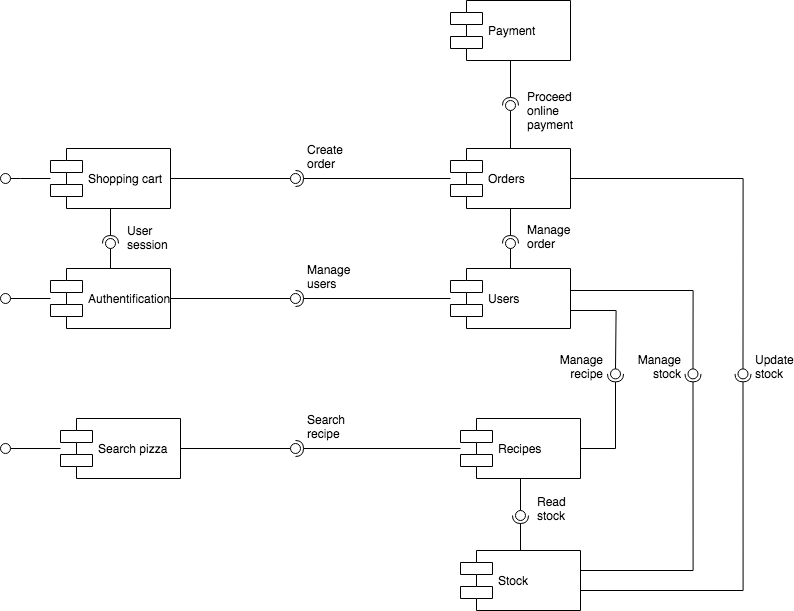
Before: Diagrams/Component Diagram.png, a diagram exported from draw.io (GuillaumeOj/DesignTechnicalSolution). Source tidied: cells renumbered, new cells last; positions are measured from the earlier drawing's top-left corner, leaving out a move shared by most shapes. Source of this version:
```xml
<mxGraphModel>
  <root>
    <mxCell id="0" />
    <mxCell id="1" parent="0" />
    <mxCell id="2" value="Stock" style="shape=component;align=left;spacingLeft=36;" parent="1" vertex="1">
      <mxGeometry x="460" y="550" width="120" height="60" as="geometry" />
    </mxCell>
    <mxCell id="3" value="Search pizza" style="shape=component;align=left;spacingLeft=36;" parent="1" vertex="1">
      <mxGeometry x="60" y="418" width="120" height="60" as="geometry" />
    </mxCell>
    <mxCell id="4" value="Authentification" style="shape=component;align=left;spacingLeft=36;shadow=0;" parent="1" vertex="1">
      <mxGeometry x="50" y="268" width="120" height="60" as="geometry" />
    </mxCell>
    <mxCell id="5" value="Shopping cart" style="shape=component;align=left;spacingLeft=36;" parent="1" vertex="1">
      <mxGeometry x="50" y="148" width="120" height="60" as="geometry" />
    </mxCell>
    <mxCell id="6" value="Orders" style="shape=component;align=left;spacingLeft=36;" parent="1" vertex="1">
      <mxGeometry x="450" y="148" width="120" height="60" as="geometry" />
    </mxCell>
    <mxCell id="7" value="Users" style="shape=component;align=left;spacingLeft=36;" parent="1" vertex="1">
      <mxGeometry x="450" y="268" width="120" height="60" as="geometry" />
    </mxCell>
    <mxCell id="8" value="Recipes" style="shape=component;align=left;spacingLeft=36;" parent="1" vertex="1">
      <mxGeometry x="460" y="418" width="120" height="60" as="geometry" />
    </mxCell>
    <mxCell id="9" value="Payment" style="shape=component;align=left;spacingLeft=36;" parent="1" vertex="1">
      <mxGeometry x="450" width="120" height="60" as="geometry" />
    </mxCell>
    <mxCell id="10" style="rounded=0;jettySize=auto;html=1;endArrow=none;endFill=0;" parent="1" edge="1" source="4" target="11">
      <mxGeometry relative="1" as="geometry" />
    </mxCell>
    <mxCell id="11" style="ellipse;whiteSpace=wrap;html=1;fontFamily=Helvetica;fontSize=12;fontColor=#000000;align=center;strokeColor=#000000;fillColor=#ffffff;points=[];shadow=0;" parent="1" vertex="1">
      <mxGeometry y="293" width="10" height="10" as="geometry" />
    </mxCell>
    <mxCell id="12" style="rounded=0;jettySize=auto;html=1;endArrow=none;endFill=0;" parent="1" edge="1" source="5" target="13">
      <mxGeometry relative="1" as="geometry">
        <Array as="points">
          <mxPoint x="20" y="178" />
        </Array>
      </mxGeometry>
    </mxCell>
    <mxCell id="13" style="ellipse;whiteSpace=wrap;html=1;fontFamily=Helvetica;fontSize=12;fontColor=#000000;align=center;strokeColor=#000000;fillColor=#ffffff;points=[];shadow=0;" parent="1" vertex="1">
      <mxGeometry y="173" width="10" height="10" as="geometry" />
    </mxCell>
    <mxCell id="14" style="rounded=0;jettySize=auto;html=1;endArrow=none;endFill=0;" parent="1" edge="1" source="4" target="16">
      <mxGeometry relative="1" as="geometry" />
    </mxCell>
    <mxCell id="15" style="rounded=0;jettySize=auto;html=1;endArrow=halfCircle;endFill=0;entryX=0.5;entryY=0.5;entryDx=0;entryDy=0;endSize=6;strokeWidth=1;" parent="1" edge="1" source="5" target="16">
      <mxGeometry relative="1" as="geometry" />
    </mxCell>
    <mxCell id="16" value="User session" style="ellipse;whiteSpace=wrap;html=1;fontFamily=Helvetica;fontSize=12;fontColor=#000000;align=left;strokeColor=#000000;fillColor=#ffffff;points=[];shadow=0;movableLabel=1;verticalAlign=bottom;" parent="1" vertex="1">
      <mxGeometry x="105" y="238" width="10" height="10" as="geometry">
        <mxPoint x="20" y="6" as="offset" />
      </mxGeometry>
    </mxCell>
    <mxCell id="17" style="rounded=0;jettySize=auto;html=1;endArrow=none;endFill=0;" parent="1" edge="1" source="5" target="19">
      <mxGeometry relative="1" as="geometry" />
    </mxCell>
    <mxCell id="18" style="rounded=0;jettySize=auto;html=1;endArrow=halfCircle;endFill=0;entryX=0.5;entryY=0.5;entryDx=0;entryDy=0;endSize=6;strokeWidth=1;" parent="1" edge="1" source="6" target="19">
      <mxGeometry relative="1" as="geometry" />
    </mxCell>
    <mxCell id="19" value="&lt;span style=&quot;font-weight: normal&quot;&gt;Create order&lt;/span&gt;" style="ellipse;whiteSpace=wrap;html=1;fontFamily=Helvetica;fontSize=12;fontColor=#000000;align=left;strokeColor=#000000;fillColor=#ffffff;points=[];shadow=0;noLabel=0;movableLabel=1;fontStyle=1;verticalAlign=bottom;snapToPoint=0;fixDash=0;" parent="1" vertex="1">
      <mxGeometry x="290" y="173" width="10" height="10" as="geometry">
        <mxPoint x="15" y="-10" as="offset" />
      </mxGeometry>
    </mxCell>
    <mxCell id="20" style="rounded=0;jettySize=auto;html=1;endArrow=none;endFill=0;" parent="1" edge="1" source="4" target="22">
      <mxGeometry relative="1" as="geometry" />
    </mxCell>
    <mxCell id="21" style="rounded=0;jettySize=auto;html=1;endArrow=halfCircle;endFill=0;entryX=0.5;entryY=0.5;entryDx=0;entryDy=0;endSize=6;strokeWidth=1;" parent="1" edge="1" source="7" target="22">
      <mxGeometry relative="1" as="geometry" />
    </mxCell>
    <mxCell id="22" value="Manage users" style="ellipse;whiteSpace=wrap;html=1;fontFamily=Helvetica;fontSize=12;fontColor=#000000;align=left;strokeColor=#000000;fillColor=#ffffff;points=[];shadow=0;movableLabel=1;verticalAlign=bottom;" parent="1" vertex="1">
      <mxGeometry x="290" y="293" width="10" height="10" as="geometry">
        <mxPoint x="15" y="-10" as="offset" />
      </mxGeometry>
    </mxCell>
    <mxCell id="23" style="rounded=0;jettySize=auto;html=1;endArrow=none;endFill=0;" parent="1" edge="1" source="7" target="25">
      <mxGeometry relative="1" as="geometry" />
    </mxCell>
    <mxCell id="24" style="rounded=0;jettySize=auto;html=1;endArrow=halfCircle;endFill=0;entryX=0.5;entryY=0.5;entryDx=0;entryDy=0;endSize=6;strokeWidth=1;" parent="1" edge="1" source="6" target="25">
      <mxGeometry relative="1" as="geometry" />
    </mxCell>
    <mxCell id="25" value="Manage&lt;br&gt;order" style="ellipse;whiteSpace=wrap;html=1;fontFamily=Helvetica;fontSize=12;fontColor=#000000;align=left;strokeColor=#000000;fillColor=#ffffff;points=[];shadow=0;movableLabel=1;verticalAlign=bottom;" parent="1" vertex="1">
      <mxGeometry x="505" y="238" width="10" height="10" as="geometry">
        <mxPoint x="20" y="5" as="offset" />
      </mxGeometry>
    </mxCell>
    <mxCell id="26" style="rounded=0;jettySize=auto;html=1;endArrow=none;endFill=0;edgeStyle=orthogonalEdgeStyle;" parent="1" edge="1" source="7" target="28">
      <mxGeometry relative="1" as="geometry">
        <Array as="points">
          <mxPoint x="615.5" y="310" />
        </Array>
      </mxGeometry>
    </mxCell>
    <mxCell id="27" style="rounded=0;jettySize=auto;html=1;endArrow=halfCircle;endFill=0;entryX=0.5;entryY=0.5;entryDx=0;entryDy=0;endSize=6;strokeWidth=1;edgeStyle=orthogonalEdgeStyle;" parent="1" edge="1" source="8" target="28">
      <mxGeometry relative="1" as="geometry" />
    </mxCell>
    <mxCell id="28" value="Manage&lt;br&gt;recipe" style="ellipse;whiteSpace=wrap;html=1;fontFamily=Helvetica;fontSize=12;fontColor=#000000;align=right;strokeColor=#000000;fillColor=#ffffff;points=[];shadow=0;movableLabel=1;verticalAlign=bottom;" parent="1" vertex="1">
      <mxGeometry x="610" y="368.4" width="10" height="10" as="geometry">
        <mxPoint x="-15" y="5" as="offset" />
      </mxGeometry>
    </mxCell>
    <mxCell id="29" style="rounded=0;jettySize=auto;html=1;endArrow=none;endFill=0;edgeStyle=orthogonalEdgeStyle;" parent="1" edge="1" source="6" target="31">
      <mxGeometry relative="1" as="geometry">
        <Array as="points">
          <mxPoint x="742.5" y="178" />
        </Array>
      </mxGeometry>
    </mxCell>
    <mxCell id="30" style="rounded=0;jettySize=auto;html=1;endArrow=halfCircle;endFill=0;entryX=0.5;entryY=0.5;entryDx=0;entryDy=0;endSize=6;strokeWidth=1;edgeStyle=orthogonalEdgeStyle;" parent="1" edge="1" source="2" target="31">
      <mxGeometry relative="1" as="geometry">
        <Array as="points">
          <mxPoint x="742.5" y="590" />
        </Array>
      </mxGeometry>
    </mxCell>
    <mxCell id="31" value="Update stock" style="ellipse;whiteSpace=wrap;html=1;fontFamily=Helvetica;fontSize=12;fontColor=#000000;align=left;strokeColor=#000000;fillColor=#ffffff;points=[];shadow=0;movableLabel=1;verticalAlign=bottom;" parent="1" vertex="1">
      <mxGeometry x="737.5" y="368.4" width="10" height="10" as="geometry">
        <mxPoint x="15" y="5" as="offset" />
      </mxGeometry>
    </mxCell>
    <mxCell id="32" style="rounded=0;jettySize=auto;html=1;endArrow=none;endFill=0;" parent="1" edge="1" source="8" target="34">
      <mxGeometry relative="1" as="geometry" />
    </mxCell>
    <mxCell id="33" style="rounded=0;jettySize=auto;html=1;endArrow=halfCircle;endFill=0;entryX=0.5;entryY=0.5;entryDx=0;entryDy=0;endSize=6;strokeWidth=1;" parent="1" edge="1" source="2" target="34">
      <mxGeometry relative="1" as="geometry" />
    </mxCell>
    <mxCell id="34" value="Read stock" style="ellipse;whiteSpace=wrap;html=1;fontFamily=Helvetica;fontSize=12;fontColor=#000000;align=left;strokeColor=#000000;fillColor=#ffffff;points=[];shadow=0;movableLabel=1;verticalAlign=bottom;" parent="1" vertex="1">
      <mxGeometry x="515" y="510" width="10" height="10" as="geometry">
        <mxPoint x="20" y="5" as="offset" />
      </mxGeometry>
    </mxCell>
    <mxCell id="35" style="rounded=0;jettySize=auto;html=1;endArrow=none;endFill=0;" parent="1" edge="1" source="3" target="37">
      <mxGeometry relative="1" as="geometry" />
    </mxCell>
    <mxCell id="36" style="rounded=0;jettySize=auto;html=1;endArrow=halfCircle;endFill=0;entryX=0.5;entryY=0.5;entryDx=0;entryDy=0;endSize=6;strokeWidth=1;" parent="1" edge="1" source="8" target="37">
      <mxGeometry relative="1" as="geometry" />
    </mxCell>
    <mxCell id="37" value="Search recipe" style="ellipse;whiteSpace=wrap;html=1;fontFamily=Helvetica;fontSize=12;fontColor=#000000;align=left;strokeColor=#000000;fillColor=#ffffff;points=[];shadow=0;movableLabel=1;verticalAlign=bottom;" parent="1" vertex="1">
      <mxGeometry x="290" y="443" width="10" height="10" as="geometry">
        <mxPoint x="15" y="-10" as="offset" />
      </mxGeometry>
    </mxCell>
    <mxCell id="38" style="rounded=0;jettySize=auto;html=1;endArrow=none;endFill=0;edgeStyle=orthogonalEdgeStyle;" parent="1" edge="1" source="7" target="40">
      <mxGeometry relative="1" as="geometry">
        <Array as="points">
          <mxPoint x="692.5" y="290" />
        </Array>
      </mxGeometry>
    </mxCell>
    <mxCell id="39" style="rounded=0;jettySize=auto;html=1;endArrow=halfCircle;endFill=0;entryX=0.5;entryY=0.5;entryDx=0;entryDy=0;endSize=6;strokeWidth=1;edgeStyle=orthogonalEdgeStyle;" parent="1" edge="1" source="2" target="40">
      <mxGeometry relative="1" as="geometry">
        <Array as="points">
          <mxPoint x="692.5" y="570" />
        </Array>
      </mxGeometry>
    </mxCell>
    <mxCell id="40" value="Manage stock" style="ellipse;whiteSpace=wrap;html=1;fontFamily=Helvetica;fontSize=12;fontColor=#000000;align=right;strokeColor=#000000;fillColor=#ffffff;points=[];shadow=0;movableLabel=1;verticalAlign=bottom;" parent="1" vertex="1">
      <mxGeometry x="687.5" y="368.4" width="10" height="10" as="geometry">
        <mxPoint x="-15" y="5" as="offset" />
      </mxGeometry>
    </mxCell>
    <mxCell id="41" style="rounded=0;jettySize=auto;html=1;endArrow=none;endFill=0;" parent="1" edge="1" source="6" target="43">
      <mxGeometry relative="1" as="geometry" />
    </mxCell>
    <mxCell id="42" style="rounded=0;jettySize=auto;html=1;endArrow=halfCircle;endFill=0;entryX=0.5;entryY=0.5;entryDx=0;entryDy=0;endSize=6;strokeWidth=1;" parent="1" edge="1" source="9" target="43">
      <mxGeometry relative="1" as="geometry" />
    </mxCell>
    <mxCell id="43" value="Proceed online payment" style="ellipse;whiteSpace=wrap;html=1;fontFamily=Helvetica;fontSize=12;fontColor=#000000;align=left;strokeColor=#000000;fillColor=#ffffff;points=[];shadow=0;movableLabel=1;verticalAlign=middle;" parent="1" vertex="1">
      <mxGeometry x="505" y="100" width="10" height="10" as="geometry">
        <mxPoint x="20" y="5" as="offset" />
      </mxGeometry>
    </mxCell>
    <mxCell id="44" style="rounded=0;jettySize=auto;html=1;endArrow=none;endFill=0;" parent="1" edge="1" source="3" target="45">
      <mxGeometry relative="1" as="geometry" />
    </mxCell>
    <mxCell id="45" style="ellipse;whiteSpace=wrap;html=1;fontFamily=Helvetica;fontSize=12;fontColor=#000000;align=center;strokeColor=#000000;fillColor=#ffffff;points=[];shadow=0;" parent="1" vertex="1">
      <mxGeometry y="443" width="10" height="10" as="geometry" />
    </mxCell>
  </root>
</mxGraphModel>
```
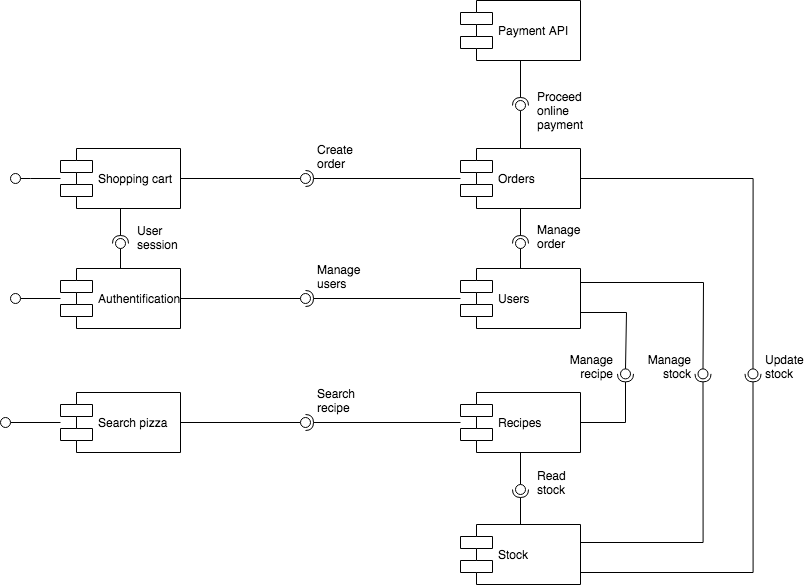
Later version of the same file.

What changed in the source:
```diff
@@ -3,10 +3,10 @@
     <mxCell id="0" />
     <mxCell id="1" parent="0" />
     <mxCell id="2" value="Stock" style="shape=component;align=left;spacingLeft=36;" parent="1" vertex="1">
-      <mxGeometry x="460" y="550" width="120" height="60" as="geometry" />
+      <mxGeometry x="450" y="524" width="120" height="60" as="geometry" />
     </mxCell>
     <mxCell id="3" value="Search pizza" style="shape=component;align=left;spacingLeft=36;" parent="1" vertex="1">
-      <mxGeometry x="60" y="418" width="120" height="60" as="geometry" />
+      <mxGeometry x="50" y="392" width="120" height="60" as="geometry" />
     </mxCell>
     <mxCell id="4" value="Authentification" style="shape=component;align=left;spacingLeft=36;shadow=0;" parent="1" vertex="1">
       <mxGeometry x="50" y="268" width="120" height="60" as="geometry" />
@@ -21,9 +21,9 @@
       <mxGeometry x="450" y="268" width="120" height="60" as="geometry" />
     </mxCell>
     <mxCell id="8" value="Recipes" style="shape=component;align=left;spacingLeft=36;" parent="1" vertex="1">
-      <mxGeometry x="460" y="418" width="120" height="60" as="geometry" />
+      <mxGeometry x="450" y="392" width="120" height="60" as="geometry" />
     </mxCell>
-    <mxCell id="9" value="Payment" style="shape=component;align=left;spacingLeft=36;" parent="1" vertex="1">
+    <mxCell id="9" value="Payment API" style="shape=component;align=left;spacingLeft=36;" parent="1" vertex="1">
       <mxGeometry x="450" width="120" height="60" as="geometry" />
     </mxCell>
     <mxCell id="10" style="rounded=0;jettySize=auto;html=1;endArrow=none;endFill=0;" parent="1" edge="1" source="4" target="11">
@@ -89,7 +89,7 @@
     <mxCell id="26" style="rounded=0;jettySize=auto;html=1;endArrow=none;endFill=0;edgeStyle=orthogonalEdgeStyle;" parent="1" edge="1" source="7" target="28">
       <mxGeometry relative="1" as="geometry">
         <Array as="points">
-          <mxPoint x="615.5" y="310" />
+          <mxPoint x="616" y="312" />
         </Array>
       </mxGeometry>
     </mxCell>
@@ -111,7 +111,7 @@
     <mxCell id="30" style="rounded=0;jettySize=auto;html=1;endArrow=halfCircle;endFill=0;entryX=0.5;entryY=0.5;entryDx=0;entryDy=0;endSize=6;strokeWidth=1;edgeStyle=orthogonalEdgeStyle;" parent="1" edge="1" source="2" target="31">
       <mxGeometry relative="1" as="geometry">
         <Array as="points">
-          <mxPoint x="742.5" y="590" />
+          <mxPoint x="743" y="572" />
         </Array>
       </mxGeometry>
     </mxCell>
@@ -127,7 +127,7 @@
       <mxGeometry relative="1" as="geometry" />
     </mxCell>
     <mxCell id="34" value="Read stock" style="ellipse;whiteSpace=wrap;html=1;fontFamily=Helvetica;fontSize=12;fontColor=#000000;align=left;strokeColor=#000000;fillColor=#ffffff;points=[];shadow=0;movableLabel=1;verticalAlign=bottom;" parent="1" vertex="1">
-      <mxGeometry x="515" y="510" width="10" height="10" as="geometry">
+      <mxGeometry x="505" y="484" width="10" height="10" as="geometry">
         <mxPoint x="20" y="5" as="offset" />
       </mxGeometry>
     </mxCell>
@@ -138,21 +138,21 @@
       <mxGeometry relative="1" as="geometry" />
     </mxCell>
     <mxCell id="37" value="Search recipe" style="ellipse;whiteSpace=wrap;html=1;fontFamily=Helvetica;fontSize=12;fontColor=#000000;align=left;strokeColor=#000000;fillColor=#ffffff;points=[];shadow=0;movableLabel=1;verticalAlign=bottom;" parent="1" vertex="1">
-      <mxGeometry x="290" y="443" width="10" height="10" as="geometry">
+      <mxGeometry x="290" y="417" width="10" height="10" as="geometry">
         <mxPoint x="15" y="-10" as="offset" />
       </mxGeometry>
     </mxCell>
     <mxCell id="38" style="rounded=0;jettySize=auto;html=1;endArrow=none;endFill=0;edgeStyle=orthogonalEdgeStyle;" parent="1" edge="1" source="7" target="40">
       <mxGeometry relative="1" as="geometry">
         <Array as="points">
-          <mxPoint x="692.5" y="290" />
+          <mxPoint x="693" y="282" />
         </Array>
       </mxGeometry>
     </mxCell>
     <mxCell id="39" style="rounded=0;jettySize=auto;html=1;endArrow=halfCircle;endFill=0;entryX=0.5;entryY=0.5;entryDx=0;entryDy=0;endSize=6;strokeWidth=1;edgeStyle=orthogonalEdgeStyle;" parent="1" edge="1" source="2" target="40">
       <mxGeometry relative="1" as="geometry">
         <Array as="points">
-          <mxPoint x="692.5" y="570" />
+          <mxPoint x="693" y="542" />
         </Array>
       </mxGeometry>
     </mxCell>
@@ -176,7 +176,7 @@
       <mxGeometry relative="1" as="geometry" />
     </mxCell>
     <mxCell id="45" style="ellipse;whiteSpace=wrap;html=1;fontFamily=Helvetica;fontSize=12;fontColor=#000000;align=center;strokeColor=#000000;fillColor=#ffffff;points=[];shadow=0;" parent="1" vertex="1">
-      <mxGeometry y="443" width="10" height="10" as="geometry" />
+      <mxGeometry x="-10" y="417" width="10" height="10" as="geometry" />
     </mxCell>
   </root>
 </mxGraphModel>
```
